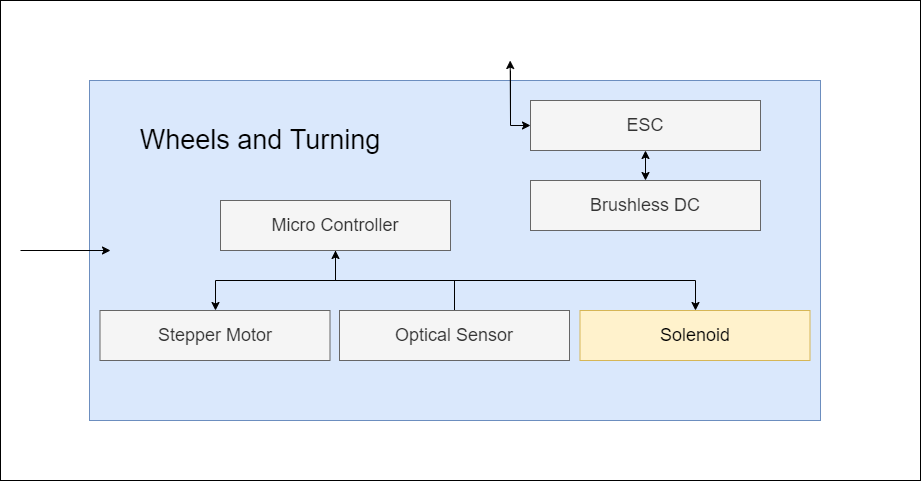
The draw.io diagram ADS Latex/images/Keaton/optical.png in TuringBoard/ADS, before a commit. Source tidied: cells renumbered, new cells last; positions are measured from the earlier drawing's top-left corner, leaving out a move shared by most shapes. Source of this version:
```xml
<mxGraphModel>
  <root>
    <mxCell id="0" />
    <mxCell id="1" parent="0" />
    <mxCell id="2" style="rounded=0;whiteSpace=wrap;html=1;fontSize=14;" parent="1" vertex="1">
      <mxGeometry width="920" height="480" as="geometry" />
    </mxCell>
    <mxCell id="3" style="rounded=0;whiteSpace=wrap;html=1;fillColor=#dae8fc;strokeColor=#6c8ebf;" parent="1" vertex="1">
      <mxGeometry x="89" y="80" width="731" height="340" as="geometry" />
    </mxCell>
    <mxCell id="4" value="Wheels and Turning" style="text;html=1;strokeColor=none;fillColor=none;align=center;verticalAlign=middle;whiteSpace=wrap;rounded=0;fontSize=27;" parent="1" vertex="1">
      <mxGeometry x="110" y="110" width="300" height="60" as="geometry" />
    </mxCell>
    <mxCell id="5" value="ESC" style="rounded=0;whiteSpace=wrap;html=1;fontSize=18;fillColor=#f5f5f5;strokeColor=#666666;fontColor=#333333;" parent="1" vertex="1">
      <mxGeometry x="530" y="100" width="230" height="50" as="geometry" />
    </mxCell>
    <mxCell id="6" style="edgeStyle=orthogonalEdgeStyle;rounded=0;jettySize=auto;html=1;" parent="1" edge="1" source="8" target="10">
      <mxGeometry relative="1" as="geometry">
        <Array as="points">
          <mxPoint x="335" y="280" />
          <mxPoint x="215" y="280" />
        </Array>
      </mxGeometry>
    </mxCell>
    <mxCell id="7" style="edgeStyle=orthogonalEdgeStyle;rounded=0;jettySize=auto;html=1;exitX=0.5;exitY=1;exitDx=0;exitDy=0;" parent="1" edge="1" source="8" target="16">
      <mxGeometry relative="1" as="geometry">
        <Array as="points">
          <mxPoint x="335" y="280" />
          <mxPoint x="695" y="280" />
        </Array>
      </mxGeometry>
    </mxCell>
    <mxCell id="8" value="Micro Controller" style="rounded=0;whiteSpace=wrap;html=1;fontSize=18;fillColor=#f5f5f5;strokeColor=#666666;fontColor=#333333;" parent="1" vertex="1">
      <mxGeometry x="220" y="200" width="230" height="50" as="geometry" />
    </mxCell>
    <mxCell id="9" value="&lt;div&gt;Brushless DC&lt;/div&gt;" style="rounded=0;whiteSpace=wrap;html=1;fontSize=18;fillColor=#f5f5f5;strokeColor=#666666;fontColor=#333333;" parent="1" vertex="1">
      <mxGeometry x="530" y="180" width="230" height="50" as="geometry" />
    </mxCell>
    <mxCell id="10" value="Stepper Motor" style="rounded=0;whiteSpace=wrap;html=1;fontSize=18;fillColor=#f5f5f5;strokeColor=#666666;fontColor=#333333;" parent="1" vertex="1">
      <mxGeometry x="99.5" y="310" width="230" height="50" as="geometry" />
    </mxCell>
    <mxCell id="11" style="edgeStyle=orthogonalEdgeStyle;rounded=0;jettySize=auto;html=1;entryX=0;entryY=0.5;entryDx=0;entryDy=0;" parent="1" edge="1" target="5">
      <mxGeometry relative="1" as="geometry">
        <mxPoint x="510" y="70" as="sourcePoint" />
        <Array as="points">
          <mxPoint x="510" y="125" />
        </Array>
      </mxGeometry>
    </mxCell>
    <mxCell id="12" style="edgeStyle=orthogonalEdgeStyle;rounded=0;orthogonalLoop=1;jettySize=auto;html=1;exitX=0.5;exitY=1;exitDx=0;exitDy=0;" parent="1" edge="1" source="2" target="2">
      <mxGeometry relative="1" as="geometry" />
    </mxCell>
    <mxCell id="13" style="endArrow=classic;startArrow=classic;html=1;rounded=0;exitX=0.5;exitY=1;exitDx=0;exitDy=0;" parent="1" edge="1" source="5" target="9">
      <mxGeometry relative="1" as="geometry" />
    </mxCell>
    <mxCell id="14" style="edgeStyle=orthogonalEdgeStyle;rounded=0;jettySize=auto;html=1;entryX=0.5;entryY=1;entryDx=0;entryDy=0;" parent="1" edge="1" source="15" target="8">
      <mxGeometry relative="1" as="geometry" />
    </mxCell>
    <mxCell id="15" value="Optical Sensor" style="rounded=0;whiteSpace=wrap;html=1;fontSize=18;fillColor=#f5f5f5;strokeColor=#666666;fontColor=#333333;" parent="1" vertex="1">
      <mxGeometry x="339" y="310" width="230" height="50" as="geometry" />
    </mxCell>
    <mxCell id="16" value="Solenoid" style="rounded=0;whiteSpace=wrap;html=1;fontSize=18;fillColor=#fff2cc;strokeColor=#d6b656;" parent="1" vertex="1">
      <mxGeometry x="579.5" y="310" width="230" height="50" as="geometry" />
    </mxCell>
    <mxCell id="17" style="endArrow=classic;html=1;rounded=0;entryX=0.554;entryY=0.125;entryDx=0;entryDy=0;entryPerimeter=0;" parent="1" edge="1" target="2">
      <mxGeometry relative="1" as="geometry">
        <mxPoint x="510" y="120" as="sourcePoint" />
      </mxGeometry>
    </mxCell>
    <mxCell id="18" style="endArrow=classic;html=1;rounded=0;" parent="1" edge="1">
      <mxGeometry relative="1" as="geometry">
        <mxPoint x="20" y="250" as="sourcePoint" />
        <mxPoint x="110" y="250" as="targetPoint" />
      </mxGeometry>
    </mxCell>
  </root>
</mxGraphModel>
```
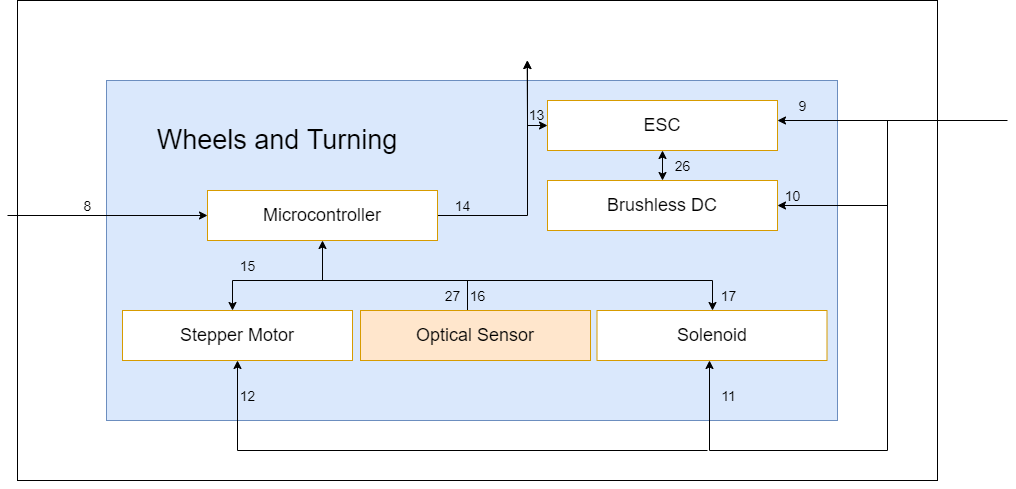
The same diagram one commit later.

Change to the diagram source:
```diff
@@ -11,33 +11,32 @@
     <mxCell id="4" value="Wheels and Turning" style="text;html=1;strokeColor=none;fillColor=none;align=center;verticalAlign=middle;whiteSpace=wrap;rounded=0;fontSize=27;" parent="1" vertex="1">
       <mxGeometry x="110" y="110" width="300" height="60" as="geometry" />
     </mxCell>
-    <mxCell id="5" value="ESC" style="rounded=0;whiteSpace=wrap;html=1;fontSize=18;fillColor=#f5f5f5;strokeColor=#666666;fontColor=#333333;" parent="1" vertex="1">
+    <mxCell id="5" value="ESC" style="rounded=0;whiteSpace=wrap;html=1;fontSize=18;fillColor=#FFFFFF;strokeColor=#d79b00;" parent="1" vertex="1">
       <mxGeometry x="530" y="100" width="230" height="50" as="geometry" />
     </mxCell>
-    <mxCell id="6" style="edgeStyle=orthogonalEdgeStyle;rounded=0;jettySize=auto;html=1;" parent="1" edge="1" source="8" target="10">
+    <mxCell id="6" style="edgeStyle=orthogonalEdgeStyle;rounded=0;jettySize=auto;html=1;" parent="1" edge="1" target="10">
       <mxGeometry relative="1" as="geometry">
+        <mxPoint x="335" y="280" as="sourcePoint" />
         <Array as="points">
           <mxPoint x="335" y="280" />
           <mxPoint x="215" y="280" />
         </Array>
       </mxGeometry>
     </mxCell>
-    <mxCell id="7" style="edgeStyle=orthogonalEdgeStyle;rounded=0;jettySize=auto;html=1;exitX=0.5;exitY=1;exitDx=0;exitDy=0;" parent="1" edge="1" source="8" target="16">
+    <mxCell id="7" style="edgeStyle=orthogonalEdgeStyle;rounded=0;jettySize=auto;html=1;" parent="1" edge="1" target="16">
       <mxGeometry relative="1" as="geometry">
+        <mxPoint x="335" y="280" as="sourcePoint" />
         <Array as="points">
           <mxPoint x="335" y="280" />
           <mxPoint x="695" y="280" />
         </Array>
       </mxGeometry>
     </mxCell>
-    <mxCell id="8" value="Micro Controller" style="rounded=0;whiteSpace=wrap;html=1;fontSize=18;fillColor=#f5f5f5;strokeColor=#666666;fontColor=#333333;" parent="1" vertex="1">
-      <mxGeometry x="220" y="200" width="230" height="50" as="geometry" />
-    </mxCell>
-    <mxCell id="9" value="&lt;div&gt;Brushless DC&lt;/div&gt;" style="rounded=0;whiteSpace=wrap;html=1;fontSize=18;fillColor=#f5f5f5;strokeColor=#666666;fontColor=#333333;" parent="1" vertex="1">
+    <mxCell id="9" value="&lt;div&gt;Brushless DC&lt;/div&gt;" style="rounded=0;whiteSpace=wrap;html=1;fontSize=18;fillColor=#FFFFFF;strokeColor=#d79b00;" parent="1" vertex="1">
       <mxGeometry x="530" y="180" width="230" height="50" as="geometry" />
     </mxCell>
-    <mxCell id="10" value="Stepper Motor" style="rounded=0;whiteSpace=wrap;html=1;fontSize=18;fillColor=#f5f5f5;strokeColor=#666666;fontColor=#333333;" parent="1" vertex="1">
-      <mxGeometry x="99.5" y="310" width="230" height="50" as="geometry" />
+    <mxCell id="10" value="Stepper Motor" style="rounded=0;whiteSpace=wrap;html=1;fontSize=18;fillColor=#FFFFFF;strokeColor=#d79b00;" parent="1" vertex="1">
+      <mxGeometry x="105" y="310" width="230" height="50" as="geometry" />
     </mxCell>
     <mxCell id="11" style="edgeStyle=orthogonalEdgeStyle;rounded=0;jettySize=auto;html=1;entryX=0;entryY=0.5;entryDx=0;entryDy=0;" parent="1" edge="1" target="5">
       <mxGeometry relative="1" as="geometry">
@@ -53,13 +52,18 @@
     <mxCell id="13" style="endArrow=classic;startArrow=classic;html=1;rounded=0;exitX=0.5;exitY=1;exitDx=0;exitDy=0;" parent="1" edge="1" source="5" target="9">
       <mxGeometry relative="1" as="geometry" />
     </mxCell>
-    <mxCell id="14" style="edgeStyle=orthogonalEdgeStyle;rounded=0;jettySize=auto;html=1;entryX=0.5;entryY=1;entryDx=0;entryDy=0;" parent="1" edge="1" source="15" target="8">
-      <mxGeometry relative="1" as="geometry" />
+    <mxCell id="14" style="edgeStyle=orthogonalEdgeStyle;rounded=0;jettySize=auto;html=1;entryX=0.5;entryY=1;entryDx=0;entryDy=0;" parent="1" edge="1" source="15" target="23">
+      <mxGeometry relative="1" as="geometry">
+        <Array as="points">
+          <mxPoint x="450" y="280" />
+          <mxPoint x="305" y="280" />
+        </Array>
+      </mxGeometry>
     </mxCell>
-    <mxCell id="15" value="Optical Sensor" style="rounded=0;whiteSpace=wrap;html=1;fontSize=18;fillColor=#f5f5f5;strokeColor=#666666;fontColor=#333333;" parent="1" vertex="1">
-      <mxGeometry x="339" y="310" width="230" height="50" as="geometry" />
+    <mxCell id="15" value="Optical Sensor" style="rounded=0;whiteSpace=wrap;html=1;fontSize=18;fillColor=#ffe6cc;strokeColor=#d79b00;" parent="1" vertex="1">
+      <mxGeometry x="343" y="310" width="230" height="50" as="geometry" />
     </mxCell>
-    <mxCell id="16" value="Solenoid" style="rounded=0;whiteSpace=wrap;html=1;fontSize=18;fillColor=#fff2cc;strokeColor=#d6b656;" parent="1" vertex="1">
+    <mxCell id="16" value="Solenoid" style="rounded=0;whiteSpace=wrap;html=1;fontSize=18;fillColor=#FFFFFF;strokeColor=#d79b00;" parent="1" vertex="1">
       <mxGeometry x="579.5" y="310" width="230" height="50" as="geometry" />
     </mxCell>
     <mxCell id="17" style="endArrow=classic;html=1;rounded=0;entryX=0.554;entryY=0.125;entryDx=0;entryDy=0;entryPerimeter=0;" parent="1" edge="1" target="2">
@@ -67,11 +71,83 @@
         <mxPoint x="510" y="120" as="sourcePoint" />
       </mxGeometry>
     </mxCell>
-    <mxCell id="18" style="endArrow=classic;html=1;rounded=0;" parent="1" edge="1">
-      <mxGeometry relative="1" as="geometry">
-        <mxPoint x="20" y="250" as="sourcePoint" />
-        <mxPoint x="110" y="250" as="targetPoint" />
-      </mxGeometry>
-    </mxCell>
+    <mxCell id="19" style="endArrow=classic;html=1;rounded=0;" parent="1" edge="1">
+      <mxGeometry relative="1" as="geometry">
+        <mxPoint x="990" y="120" as="sourcePoint" />
+        <mxPoint x="760" y="120" as="targetPoint" />
+      </mxGeometry>
+    </mxCell>
+    <mxCell id="20" style="endArrow=classic;html=1;rounded=0;" parent="1" edge="1">
+      <mxGeometry relative="1" as="geometry">
+        <mxPoint x="870" y="120" as="sourcePoint" />
+        <mxPoint x="692" y="360" as="targetPoint" />
+        <Array as="points">
+          <mxPoint x="870" y="450" />
+          <mxPoint x="692" y="450" />
+        </Array>
+      </mxGeometry>
+    </mxCell>
+    <mxCell id="21" style="endArrow=classic;html=1;rounded=0;entryX=0.5;entryY=1;entryDx=0;entryDy=0;" parent="1" edge="1" target="10">
+      <mxGeometry relative="1" as="geometry">
+        <mxPoint x="690" y="450" as="sourcePoint" />
+        <Array as="points">
+          <mxPoint x="220" y="450" />
+        </Array>
+      </mxGeometry>
+    </mxCell>
+    <mxCell id="22" style="edgeStyle=orthogonalEdgeStyle;rounded=0;jettySize=auto;html=1;" parent="1" edge="1" source="23">
+      <mxGeometry relative="1" as="geometry">
+        <mxPoint x="510" y="60" as="targetPoint" />
+      </mxGeometry>
+    </mxCell>
+    <mxCell id="23" value="Microcontroller" style="rounded=0;whiteSpace=wrap;html=1;fontSize=18;fillColor=#FFFFFF;strokeColor=#d79b00;" parent="1" vertex="1">
+      <mxGeometry x="190" y="190" width="230" height="50" as="geometry" />
+    </mxCell>
+    <mxCell id="24" value="&lt;font style=&quot;font-size: 14px&quot;&gt;8&lt;/font&gt;" style="text;html=1;align=center;verticalAlign=middle;strokeColor=none;fillColor=none;fontSize=18;" parent="1" vertex="1">
+      <mxGeometry x="60" y="190" width="20" height="30" as="geometry" />
+    </mxCell>
+    <mxCell id="25" value="&lt;font style=&quot;font-size: 14px&quot;&gt;15&lt;br&gt;&lt;/font&gt;" style="text;html=1;align=center;verticalAlign=middle;strokeColor=none;fillColor=none;fontSize=18;" parent="1" vertex="1">
+      <mxGeometry x="215" y="250" width="30" height="30" as="geometry" />
+    </mxCell>
+    <mxCell id="26" value="&lt;font style=&quot;font-size: 14px&quot;&gt;16&lt;br&gt;&lt;/font&gt;" style="text;html=1;align=center;verticalAlign=middle;strokeColor=none;fillColor=none;fontSize=18;" parent="1" vertex="1">
+      <mxGeometry x="445" y="280" width="30" height="30" as="geometry" />
+    </mxCell>
+    <mxCell id="27" style="endArrow=classic;html=1;rounded=0;entryX=0;entryY=0.5;entryDx=0;entryDy=0;" parent="1" edge="1" target="23">
+      <mxGeometry relative="1" as="geometry">
+        <mxPoint x="-10" y="215" as="sourcePoint" />
+      </mxGeometry>
+    </mxCell>
+    <mxCell id="28" value="&lt;font style=&quot;font-size: 14px&quot;&gt;17&lt;br&gt;&lt;/font&gt;" style="text;html=1;align=center;verticalAlign=middle;strokeColor=none;fillColor=none;fontSize=18;" parent="1" vertex="1">
+      <mxGeometry x="696" y="280" width="30" height="30" as="geometry" />
+    </mxCell>
+    <mxCell id="29" value="&lt;font style=&quot;font-size: 14px&quot;&gt;14&lt;br&gt;&lt;/font&gt;" style="text;html=1;align=center;verticalAlign=middle;strokeColor=none;fillColor=none;fontSize=18;" parent="1" vertex="1">
+      <mxGeometry x="430" y="190" width="30" height="30" as="geometry" />
+    </mxCell>
+    <mxCell id="30" value="&lt;font style=&quot;font-size: 14px&quot;&gt;13&lt;br&gt;&lt;/font&gt;" style="text;html=1;align=center;verticalAlign=middle;strokeColor=none;fillColor=none;fontSize=18;" parent="1" vertex="1">
+      <mxGeometry x="504" y="99" width="30" height="30" as="geometry" />
+    </mxCell>
+    <mxCell id="31" value="&lt;font style=&quot;font-size: 14px&quot;&gt;12&lt;span style=&quot;color: rgba(0 , 0 , 0 , 0) ; font-family: monospace ; font-size: 0px&quot;&gt;%3CmxGraphModel%3E%3Croot%3E%3CmxCell%20id%3D%220%22%2F%3E%3CmxCell%20id%3D%221%22%20parent%3D%220%22%2F%3E%3CmxCell%20id%3D%222%22%20value%3D%22%26lt%3Bfont%20style%3D%26quot%3Bfont-size%3A%2014px%26quot%3B%26gt%3B15%26lt%3Bbr%26gt%3B%26lt%3B%2Ffont%26gt%3B%22%20style%3D%22text%3Bhtml%3D1%3Balign%3Dcenter%3BverticalAlign%3Dmiddle%3Bresizable%3D0%3Bpoints%3D%5B%5D%3Bautosize%3D1%3BstrokeColor%3Dnone%3BfillColor%3Dnone%3BfontSize%3D18%3B%22%20vertex%3D%221%22%20parent%3D%221%22%3E%3CmxGeometry%20x%3D%22-595%22%20y%3D%22280%22%20width%3D%2230%22%20height%3D%2230%22%20as%3D%22geometry%22%2F%3E%3C%2FmxCell%3E%3C%2Froot%3E%3C%2FmxGraphModel%3E&lt;/span&gt;&lt;br&gt;&lt;/font&gt;" style="text;html=1;align=center;verticalAlign=middle;strokeColor=none;fillColor=none;fontSize=18;" parent="1" vertex="1">
+      <mxGeometry x="215" y="380" width="30" height="30" as="geometry" />
+    </mxCell>
+    <mxCell id="32" value="&lt;font style=&quot;font-size: 14px&quot;&gt;11&lt;br&gt;&lt;/font&gt;" style="text;html=1;align=center;verticalAlign=middle;strokeColor=none;fillColor=none;fontSize=18;" parent="1" vertex="1">
+      <mxGeometry x="696" y="380" width="30" height="30" as="geometry" />
+    </mxCell>
+    <mxCell id="33" value="&lt;font style=&quot;font-size: 14px&quot;&gt;10&lt;br&gt;&lt;/font&gt;" style="text;html=1;align=center;verticalAlign=middle;strokeColor=none;fillColor=none;fontSize=18;" parent="1" vertex="1">
+      <mxGeometry x="760" y="180" width="30" height="30" as="geometry" />
+    </mxCell>
+    <mxCell id="34" style="endArrow=classic;html=1;rounded=0;" parent="1" edge="1" target="9">
+      <mxGeometry relative="1" as="geometry">
+        <mxPoint x="870" y="205" as="sourcePoint" />
+      </mxGeometry>
+    </mxCell>
+    <mxCell id="35" value="&lt;font style=&quot;font-size: 14px&quot;&gt;9&lt;br&gt;&lt;/font&gt;" style="text;html=1;align=center;verticalAlign=middle;strokeColor=none;fillColor=none;fontSize=18;" parent="1" vertex="1">
+      <mxGeometry x="775" y="90" width="20" height="30" as="geometry" />
+    </mxCell>
+    <mxCell id="36" value="&lt;font style=&quot;font-size: 14px&quot;&gt;26&lt;br&gt;&lt;/font&gt;" style="text;html=1;align=center;verticalAlign=middle;strokeColor=none;fillColor=none;fontSize=18;" parent="1" vertex="1">
+      <mxGeometry x="650" y="150" width="30" height="30" as="geometry" />
+    </mxCell>
+    <mxCell id="37" value="&lt;font style=&quot;font-size: 14px&quot;&gt;27&lt;br&gt;&lt;/font&gt;" style="text;html=1;align=center;verticalAlign=middle;strokeColor=none;fillColor=none;fontSize=18;" parent="1" vertex="1">
+      <mxGeometry x="420" y="280" width="30" height="30" as="geometry" />
+    </mxCell>
   </root>
 </mxGraphModel>
```
